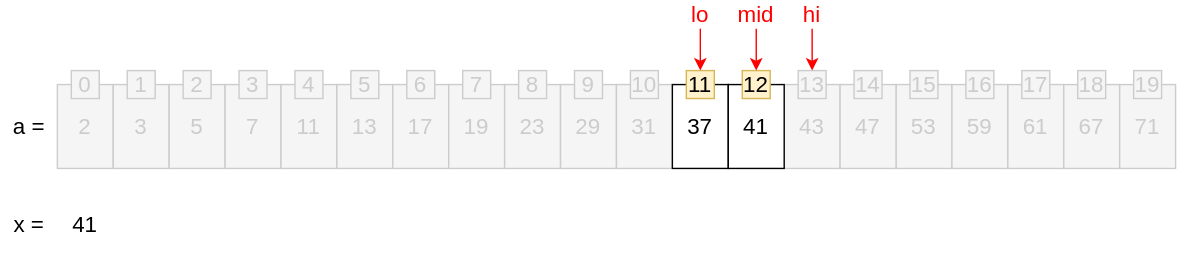
Above: img/algorithm/algorithm-1030-01-01-07.svg in zininote/zininote.github.io-old- (draw.io), before the change. Source tidied: cells renumbered, new cells last; positions are measured from the earlier drawing's top-left corner, leaving out a move shared by most shapes. Source of this version:
```xml
<mxGraphModel>
  <root>
    <mxCell id="0" />
    <mxCell id="1" parent="0" />
    <mxCell id="2" value="2" style="rounded=0;whiteSpace=wrap;html=1;fontSize=16;fillColor=#f5f5f5;strokeColor=#CCCCCC;fontColor=#CCCCCC;" parent="1" vertex="1">
      <mxGeometry x="40" y="60" width="40" height="60" as="geometry" />
    </mxCell>
    <mxCell id="3" value="3" style="rounded=0;whiteSpace=wrap;html=1;fontSize=16;fillColor=#f5f5f5;strokeColor=#CCCCCC;fontColor=#CCCCCC;" parent="1" vertex="1">
      <mxGeometry x="80" y="60" width="40" height="60" as="geometry" />
    </mxCell>
    <mxCell id="4" value="5" style="rounded=0;whiteSpace=wrap;html=1;fontSize=16;fillColor=#f5f5f5;strokeColor=#CCCCCC;fontColor=#CCCCCC;" parent="1" vertex="1">
      <mxGeometry x="120" y="60" width="40" height="60" as="geometry" />
    </mxCell>
    <mxCell id="5" value="7" style="rounded=0;whiteSpace=wrap;html=1;fontSize=16;fillColor=#f5f5f5;strokeColor=#CCCCCC;fontColor=#CCCCCC;" parent="1" vertex="1">
      <mxGeometry x="160" y="60" width="40" height="60" as="geometry" />
    </mxCell>
    <mxCell id="6" value="11" style="rounded=0;whiteSpace=wrap;html=1;fontSize=16;fillColor=#f5f5f5;strokeColor=#CCCCCC;fontColor=#CCCCCC;" parent="1" vertex="1">
      <mxGeometry x="200" y="60" width="40" height="60" as="geometry" />
    </mxCell>
    <mxCell id="7" value="13" style="rounded=0;whiteSpace=wrap;html=1;fontSize=16;fillColor=#f5f5f5;strokeColor=#CCCCCC;fontColor=#CCCCCC;" parent="1" vertex="1">
      <mxGeometry x="240" y="60" width="40" height="60" as="geometry" />
    </mxCell>
    <mxCell id="8" value="17" style="rounded=0;whiteSpace=wrap;html=1;fontSize=16;fillColor=#f5f5f5;strokeColor=#CCCCCC;fontColor=#CCCCCC;" parent="1" vertex="1">
      <mxGeometry x="280" y="60" width="40" height="60" as="geometry" />
    </mxCell>
    <mxCell id="9" value="19" style="rounded=0;whiteSpace=wrap;html=1;fontSize=16;fillColor=#f5f5f5;strokeColor=#CCCCCC;fontColor=#CCCCCC;" parent="1" vertex="1">
      <mxGeometry x="320" y="60" width="40" height="60" as="geometry" />
    </mxCell>
    <mxCell id="10" value="23" style="rounded=0;whiteSpace=wrap;html=1;fontSize=16;fillColor=#f5f5f5;strokeColor=#CCCCCC;fontColor=#CCCCCC;" parent="1" vertex="1">
      <mxGeometry x="360" y="60" width="40" height="60" as="geometry" />
    </mxCell>
    <mxCell id="11" value="29" style="rounded=0;whiteSpace=wrap;html=1;fontSize=16;fillColor=#f5f5f5;strokeColor=#CCCCCC;fontColor=#CCCCCC;" parent="1" vertex="1">
      <mxGeometry x="400" y="60" width="40" height="60" as="geometry" />
    </mxCell>
    <mxCell id="12" value="31" style="rounded=0;whiteSpace=wrap;html=1;fontSize=16;fillColor=#f5f5f5;strokeColor=#CCCCCC;fontColor=#CCCCCC;" parent="1" vertex="1">
      <mxGeometry x="440" y="60" width="40" height="60" as="geometry" />
    </mxCell>
    <mxCell id="13" value="37" style="rounded=0;whiteSpace=wrap;html=1;fontSize=16;" parent="1" vertex="1">
      <mxGeometry x="480" y="60" width="40" height="60" as="geometry" />
    </mxCell>
    <mxCell id="14" value="43" style="rounded=0;whiteSpace=wrap;html=1;fontSize=16;fillColor=#f5f5f5;strokeColor=#CCCCCC;fontColor=#CCCCCC;" parent="1" vertex="1">
      <mxGeometry x="560" y="60" width="40" height="60" as="geometry" />
    </mxCell>
    <mxCell id="15" value="53" style="rounded=0;whiteSpace=wrap;html=1;fontSize=16;fillColor=#f5f5f5;strokeColor=#CCCCCC;fontColor=#CCCCCC;" parent="1" vertex="1">
      <mxGeometry x="640" y="60" width="40" height="60" as="geometry" />
    </mxCell>
    <mxCell id="16" value="59" style="rounded=0;whiteSpace=wrap;html=1;fontSize=16;fillColor=#f5f5f5;strokeColor=#CCCCCC;fontColor=#CCCCCC;" parent="1" vertex="1">
      <mxGeometry x="680" y="60" width="40" height="60" as="geometry" />
    </mxCell>
    <mxCell id="17" value="61" style="rounded=0;whiteSpace=wrap;html=1;fontSize=16;fillColor=#f5f5f5;strokeColor=#CCCCCC;fontColor=#CCCCCC;" parent="1" vertex="1">
      <mxGeometry x="720" y="60" width="40" height="60" as="geometry" />
    </mxCell>
    <mxCell id="18" value="67" style="rounded=0;whiteSpace=wrap;html=1;fontSize=16;fillColor=#f5f5f5;strokeColor=#CCCCCC;fontColor=#CCCCCC;" parent="1" vertex="1">
      <mxGeometry x="760" y="60" width="40" height="60" as="geometry" />
    </mxCell>
    <mxCell id="19" value="71" style="rounded=0;whiteSpace=wrap;html=1;fontSize=16;fillColor=#f5f5f5;strokeColor=#CCCCCC;fontColor=#CCCCCC;" parent="1" vertex="1">
      <mxGeometry x="800" y="60" width="40" height="60" as="geometry" />
    </mxCell>
    <mxCell id="20" value="a =" style="text;html=1;strokeColor=none;fillColor=none;align=center;verticalAlign=middle;whiteSpace=wrap;rounded=0;fontSize=16;" parent="1" vertex="1">
      <mxGeometry y="60" width="40" height="60" as="geometry" />
    </mxCell>
    <mxCell id="21" value="x =" style="text;html=1;strokeColor=none;fillColor=none;align=center;verticalAlign=middle;whiteSpace=wrap;rounded=0;fontSize=16;" parent="1" vertex="1">
      <mxGeometry y="140" width="40" height="40" as="geometry" />
    </mxCell>
    <mxCell id="22" value="41" style="text;html=1;strokeColor=none;fillColor=none;align=center;verticalAlign=middle;whiteSpace=wrap;rounded=0;fontSize=16;" parent="1" vertex="1">
      <mxGeometry x="40" y="140" width="40" height="40" as="geometry" />
    </mxCell>
    <mxCell id="23" value="&lt;span style=&quot;font-size: 16px&quot;&gt;0&lt;/span&gt;" style="text;html=1;fillColor=#f5f5f5;align=center;verticalAlign=middle;whiteSpace=wrap;rounded=0;strokeColor=#CCCCCC;fontColor=#CCCCCC;" parent="1" vertex="1">
      <mxGeometry x="50" y="50" width="20" height="20" as="geometry" />
    </mxCell>
    <mxCell id="24" value="&lt;span style=&quot;font-size: 16px&quot;&gt;1&lt;/span&gt;" style="text;html=1;fillColor=#f5f5f5;align=center;verticalAlign=middle;whiteSpace=wrap;rounded=0;strokeColor=#CCCCCC;fontColor=#CCCCCC;" parent="1" vertex="1">
      <mxGeometry x="90" y="50" width="20" height="20" as="geometry" />
    </mxCell>
    <mxCell id="25" value="&lt;span style=&quot;font-size: 16px&quot;&gt;2&lt;/span&gt;" style="text;html=1;fillColor=#f5f5f5;align=center;verticalAlign=middle;whiteSpace=wrap;rounded=0;strokeColor=#CCCCCC;fontColor=#CCCCCC;" parent="1" vertex="1">
      <mxGeometry x="130" y="50" width="20" height="20" as="geometry" />
    </mxCell>
    <mxCell id="26" value="&lt;span style=&quot;font-size: 16px&quot;&gt;3&lt;/span&gt;" style="text;html=1;fillColor=#f5f5f5;align=center;verticalAlign=middle;whiteSpace=wrap;rounded=0;strokeColor=#CCCCCC;fontColor=#CCCCCC;" parent="1" vertex="1">
      <mxGeometry x="170" y="50" width="20" height="20" as="geometry" />
    </mxCell>
    <mxCell id="27" value="&lt;span style=&quot;font-size: 16px&quot;&gt;4&lt;/span&gt;" style="text;html=1;fillColor=#f5f5f5;align=center;verticalAlign=middle;whiteSpace=wrap;rounded=0;strokeColor=#CCCCCC;fontColor=#CCCCCC;" parent="1" vertex="1">
      <mxGeometry x="210" y="50" width="20" height="20" as="geometry" />
    </mxCell>
    <mxCell id="28" value="&lt;span style=&quot;font-size: 16px&quot;&gt;5&lt;/span&gt;" style="text;html=1;fillColor=#f5f5f5;align=center;verticalAlign=middle;whiteSpace=wrap;rounded=0;strokeColor=#CCCCCC;fontColor=#CCCCCC;" parent="1" vertex="1">
      <mxGeometry x="250" y="50" width="20" height="20" as="geometry" />
    </mxCell>
    <mxCell id="29" value="&lt;span style=&quot;font-size: 16px&quot;&gt;6&lt;/span&gt;" style="text;html=1;fillColor=#f5f5f5;align=center;verticalAlign=middle;whiteSpace=wrap;rounded=0;strokeColor=#CCCCCC;fontColor=#CCCCCC;" parent="1" vertex="1">
      <mxGeometry x="290" y="50" width="20" height="20" as="geometry" />
    </mxCell>
    <mxCell id="30" value="&lt;span style=&quot;font-size: 16px&quot;&gt;7&lt;/span&gt;" style="text;html=1;fillColor=#f5f5f5;align=center;verticalAlign=middle;whiteSpace=wrap;rounded=0;strokeColor=#CCCCCC;fontColor=#CCCCCC;" parent="1" vertex="1">
      <mxGeometry x="330" y="50" width="20" height="20" as="geometry" />
    </mxCell>
    <mxCell id="31" value="&lt;span style=&quot;font-size: 16px&quot;&gt;8&lt;/span&gt;" style="text;html=1;fillColor=#f5f5f5;align=center;verticalAlign=middle;whiteSpace=wrap;rounded=0;strokeColor=#CCCCCC;fontColor=#CCCCCC;" parent="1" vertex="1">
      <mxGeometry x="370" y="50" width="20" height="20" as="geometry" />
    </mxCell>
    <mxCell id="32" value="&lt;span style=&quot;font-size: 16px&quot;&gt;9&lt;/span&gt;" style="text;html=1;fillColor=#f5f5f5;align=center;verticalAlign=middle;whiteSpace=wrap;rounded=0;strokeColor=#CCCCCC;fontColor=#CCCCCC;" parent="1" vertex="1">
      <mxGeometry x="410" y="50" width="20" height="20" as="geometry" />
    </mxCell>
    <mxCell id="33" value="&lt;span style=&quot;font-size: 16px&quot;&gt;10&lt;/span&gt;" style="text;html=1;fillColor=#f5f5f5;align=center;verticalAlign=middle;whiteSpace=wrap;rounded=0;strokeColor=#CCCCCC;fontColor=#CCCCCC;" parent="1" vertex="1">
      <mxGeometry x="450" y="50" width="20" height="20" as="geometry" />
    </mxCell>
    <mxCell id="34" value="&lt;span style=&quot;font-size: 16px&quot;&gt;11&lt;/span&gt;" style="text;html=1;strokeColor=#d6b656;fillColor=#fff2cc;align=center;verticalAlign=middle;whiteSpace=wrap;rounded=0;" parent="1" vertex="1">
      <mxGeometry x="490" y="50" width="20" height="20" as="geometry" />
    </mxCell>
    <mxCell id="35" value="&lt;span style=&quot;font-size: 16px&quot;&gt;13&lt;/span&gt;" style="text;html=1;fillColor=#f5f5f5;align=center;verticalAlign=middle;whiteSpace=wrap;rounded=0;strokeColor=#CCCCCC;fontColor=#CCCCCC;" parent="1" vertex="1">
      <mxGeometry x="570" y="50" width="20" height="20" as="geometry" />
    </mxCell>
    <mxCell id="36" value="&lt;span style=&quot;font-size: 16px&quot;&gt;15&lt;/span&gt;" style="text;html=1;fillColor=#f5f5f5;align=center;verticalAlign=middle;whiteSpace=wrap;rounded=0;strokeColor=#CCCCCC;fontColor=#CCCCCC;" parent="1" vertex="1">
      <mxGeometry x="650" y="50" width="20" height="20" as="geometry" />
    </mxCell>
    <mxCell id="37" value="&lt;span style=&quot;font-size: 16px&quot;&gt;16&lt;/span&gt;" style="text;html=1;fillColor=#f5f5f5;align=center;verticalAlign=middle;whiteSpace=wrap;rounded=0;strokeColor=#CCCCCC;fontColor=#CCCCCC;" parent="1" vertex="1">
      <mxGeometry x="690" y="50" width="20" height="20" as="geometry" />
    </mxCell>
    <mxCell id="38" value="&lt;span style=&quot;font-size: 16px&quot;&gt;17&lt;/span&gt;" style="text;html=1;fillColor=#f5f5f5;align=center;verticalAlign=middle;whiteSpace=wrap;rounded=0;strokeColor=#CCCCCC;fontColor=#CCCCCC;" parent="1" vertex="1">
      <mxGeometry x="730" y="50" width="20" height="20" as="geometry" />
    </mxCell>
    <mxCell id="39" value="&lt;span style=&quot;font-size: 16px&quot;&gt;18&lt;/span&gt;" style="text;html=1;fillColor=#f5f5f5;align=center;verticalAlign=middle;whiteSpace=wrap;rounded=0;strokeColor=#CCCCCC;fontColor=#CCCCCC;" parent="1" vertex="1">
      <mxGeometry x="770" y="50" width="20" height="20" as="geometry" />
    </mxCell>
    <mxCell id="40" value="&lt;span style=&quot;font-size: 16px&quot;&gt;19&lt;/span&gt;" style="text;html=1;fillColor=#f5f5f5;align=center;verticalAlign=middle;whiteSpace=wrap;rounded=0;strokeColor=#CCCCCC;fontColor=#CCCCCC;" parent="1" vertex="1">
      <mxGeometry x="810" y="50" width="20" height="20" as="geometry" />
    </mxCell>
    <mxCell id="41" style="edgeStyle=orthogonalEdgeStyle;rounded=0;jettySize=auto;html=1;exitX=0.5;exitY=1;exitDx=0;exitDy=0;entryX=0.5;entryY=0;entryDx=0;entryDy=0;strokeColor=#FF0000;fontSize=16;fontColor=#FF0000;" parent="1" edge="1" source="43" target="34">
      <mxGeometry relative="1" as="geometry" />
    </mxCell>
    <mxCell id="42" style="group;" parent="1" vertex="1">
      <mxGeometry x="480" width="40" height="20" as="geometry" />
    </mxCell>
    <mxCell id="43" value="lo" style="text;html=1;strokeColor=none;fillColor=none;align=center;verticalAlign=middle;whiteSpace=wrap;rounded=0;fontSize=16;fontColor=#FF0000;" parent="42" vertex="1">
      <mxGeometry width="40" height="20" as="geometry" />
    </mxCell>
    <mxCell id="44" style="edgeStyle=orthogonalEdgeStyle;rounded=0;jettySize=auto;html=1;exitX=0.5;exitY=1;exitDx=0;exitDy=0;entryX=0.5;entryY=0;entryDx=0;entryDy=0;fontSize=16;fontColor=#FF0000;strokeColor=#FF0000;" parent="1" edge="1" source="43">
      <mxGeometry relative="1" as="geometry" />
    </mxCell>
    <mxCell id="45" value="47" style="rounded=0;whiteSpace=wrap;html=1;fontSize=16;fillColor=#f5f5f5;strokeColor=#CCCCCC;fontColor=#CCCCCC;" parent="1" vertex="1">
      <mxGeometry x="600" y="60" width="40" height="60" as="geometry" />
    </mxCell>
    <mxCell id="46" value="&lt;span style=&quot;font-size: 16px&quot;&gt;14&lt;/span&gt;" style="text;html=1;fillColor=#f5f5f5;align=center;verticalAlign=middle;whiteSpace=wrap;rounded=0;strokeColor=#CCCCCC;fontColor=#CCCCCC;" parent="1" vertex="1">
      <mxGeometry x="610" y="50" width="20" height="20" as="geometry" />
    </mxCell>
    <mxCell id="47" style="edgeStyle=orthogonalEdgeStyle;rounded=0;jettySize=auto;html=1;exitX=0.5;exitY=1;exitDx=0;exitDy=0;entryX=0.5;entryY=0;entryDx=0;entryDy=0;strokeColor=#FF0000;fontSize=16;fontColor=#CCCCCC;" parent="1" edge="1" source="48" target="35">
      <mxGeometry relative="1" as="geometry" />
    </mxCell>
    <mxCell id="48" value="hi" style="text;html=1;strokeColor=none;fillColor=none;align=center;verticalAlign=middle;whiteSpace=wrap;rounded=0;fontSize=16;fontColor=#FF0000;" parent="1" vertex="1">
      <mxGeometry x="560" width="40" height="20" as="geometry" />
    </mxCell>
    <mxCell id="49" value="41" style="rounded=0;whiteSpace=wrap;html=1;fontSize=16;" parent="1" vertex="1">
      <mxGeometry x="520" y="60" width="40" height="60" as="geometry" />
    </mxCell>
    <mxCell id="50" value="&lt;span style=&quot;font-size: 16px&quot;&gt;12&lt;/span&gt;" style="text;html=1;strokeColor=#d6b656;fillColor=#fff2cc;align=center;verticalAlign=middle;whiteSpace=wrap;rounded=0;" parent="1" vertex="1">
      <mxGeometry x="530" y="50" width="20" height="20" as="geometry" />
    </mxCell>
    <mxCell id="51" style="edgeStyle=orthogonalEdgeStyle;rounded=0;jettySize=auto;html=1;exitX=0.5;exitY=1;exitDx=0;exitDy=0;strokeColor=#FF0000;fontSize=16;fontColor=#CCCCCC;" parent="1" edge="1" source="52" target="50">
      <mxGeometry relative="1" as="geometry" />
    </mxCell>
    <mxCell id="52" value="mid" style="text;html=1;strokeColor=none;fillColor=none;align=center;verticalAlign=middle;whiteSpace=wrap;rounded=0;fontSize=16;fontColor=#FF0000;" parent="1" vertex="1">
      <mxGeometry x="520" width="40" height="20" as="geometry" />
    </mxCell>
  </root>
</mxGraphModel>
```
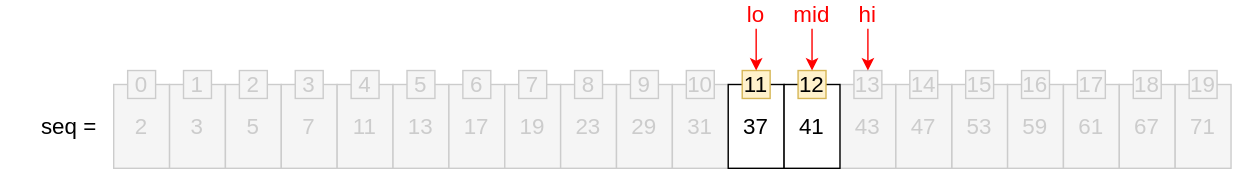
The same diagram one commit later.

Diff of the diagram source:
```diff
@@ -56,15 +56,6 @@
     <mxCell id="19" value="71" style="rounded=0;whiteSpace=wrap;html=1;fontSize=16;fillColor=#f5f5f5;strokeColor=#CCCCCC;fontColor=#CCCCCC;" parent="1" vertex="1">
       <mxGeometry x="800" y="60" width="40" height="60" as="geometry" />
     </mxCell>
-    <mxCell id="20" value="a =" style="text;html=1;strokeColor=none;fillColor=none;align=center;verticalAlign=middle;whiteSpace=wrap;rounded=0;fontSize=16;" parent="1" vertex="1">
-      <mxGeometry y="60" width="40" height="60" as="geometry" />
-    </mxCell>
-    <mxCell id="21" value="x =" style="text;html=1;strokeColor=none;fillColor=none;align=center;verticalAlign=middle;whiteSpace=wrap;rounded=0;fontSize=16;" parent="1" vertex="1">
-      <mxGeometry y="140" width="40" height="40" as="geometry" />
-    </mxCell>
-    <mxCell id="22" value="41" style="text;html=1;strokeColor=none;fillColor=none;align=center;verticalAlign=middle;whiteSpace=wrap;rounded=0;fontSize=16;" parent="1" vertex="1">
-      <mxGeometry x="40" y="140" width="40" height="40" as="geometry" />
-    </mxCell>
     <mxCell id="23" value="&lt;span style=&quot;font-size: 16px&quot;&gt;0&lt;/span&gt;" style="text;html=1;fillColor=#f5f5f5;align=center;verticalAlign=middle;whiteSpace=wrap;rounded=0;strokeColor=#CCCCCC;fontColor=#CCCCCC;" parent="1" vertex="1">
       <mxGeometry x="50" y="50" width="20" height="20" as="geometry" />
     </mxCell>
@@ -155,5 +146,8 @@
     <mxCell id="52" value="mid" style="text;html=1;strokeColor=none;fillColor=none;align=center;verticalAlign=middle;whiteSpace=wrap;rounded=0;fontSize=16;fontColor=#FF0000;" parent="1" vertex="1">
       <mxGeometry x="520" width="40" height="20" as="geometry" />
     </mxCell>
+    <mxCell id="53" value="seq =" style="text;html=1;strokeColor=none;fillColor=none;align=right;verticalAlign=middle;whiteSpace=wrap;rounded=0;fontSize=16;" parent="1" vertex="1">
+      <mxGeometry x="-40" y="60" width="70" height="60" as="geometry" />
+    </mxCell>
   </root>
 </mxGraphModel>
```
